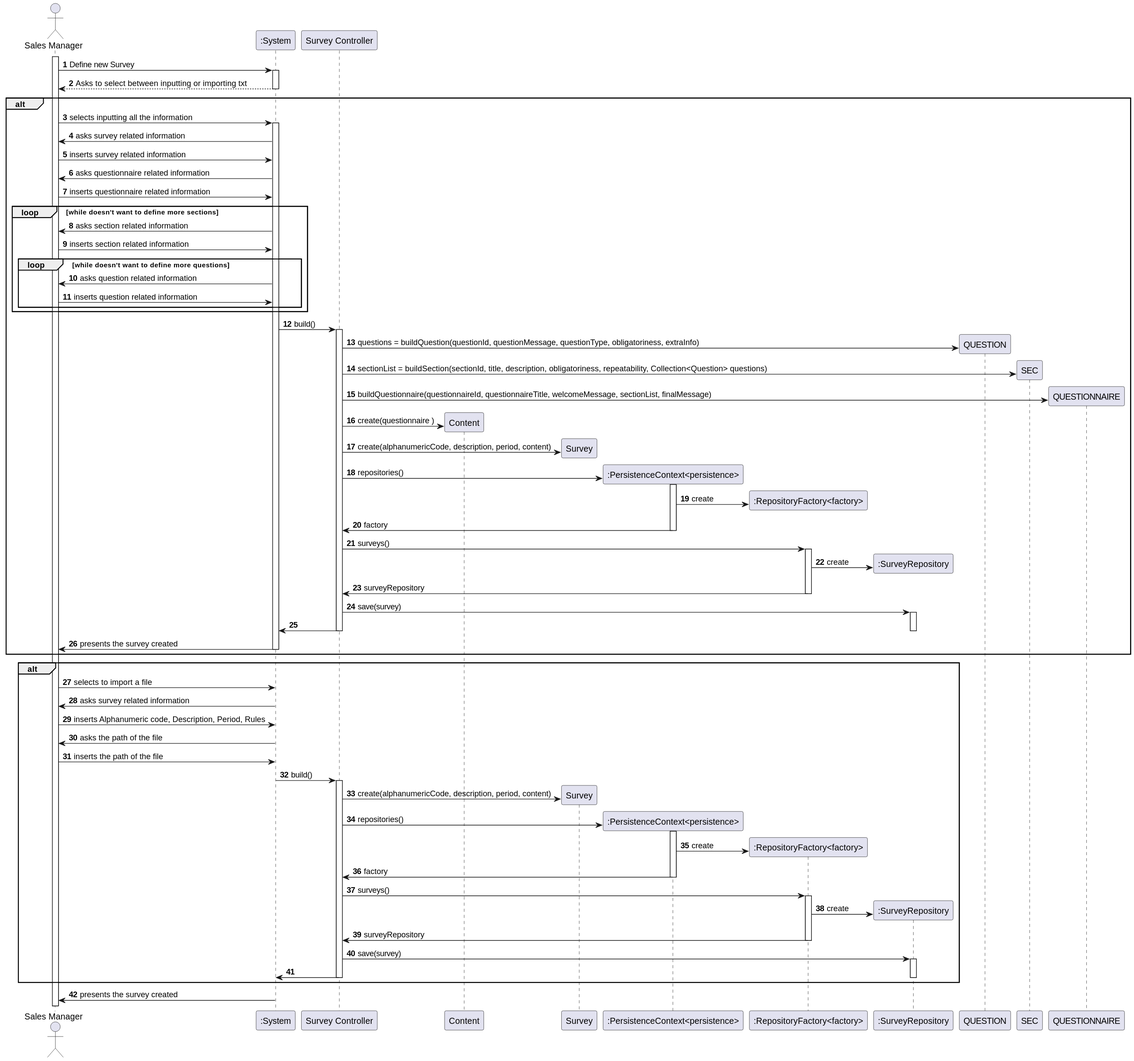
Above: docs/1201568/US3001/Diagramas/SD.svg in RuiRioPina/LAPR4-21-22 (PlantUML), before the change. Its diagram source:
```plantuml
@startuml
autonumber
actor "Sales Manager" as MEDLT
participant ":System" as SYS
participant "Survey Controller" as CTRL
participant "Content" as CONTENT
participant "Survey" as SUR
participant ":PersistenceContext<persistence>" as PC
participant ":RepositoryFactory<factory>" as RF
participant ":SurveyRepository" as CR


activate MEDLT
MEDLT-> SYS : Define new Survey

activate SYS
SYS --> MEDLT : Asks to select between inputting or importing txt

deactivate SYS

alt
MEDLT-> SYS : selects inputting all the information
activate SYS

SYS -> MEDLT : asks survey related information

MEDLT-> SYS : inserts survey related information


SYS -> MEDLT : asks questionnaire related information

MEDLT-> SYS : inserts questionnaire related information

loop while doesn't want to define more sections

SYS -> MEDLT : asks section related information

MEDLT-> SYS : inserts section related information

loop while doesn't want to define more questions
SYS -> MEDLT : asks question related information

MEDLT-> SYS : inserts question related information

end loop
end loop

SYS -> CTRL : build()
activate CTRL

CTRL -> QUESTION**: questions = buildQuestion(questionId, questionMessage, questionType, obligatoriness, extraInfo)
CTRL -> SEC**: sectionList = buildSection(sectionId, title, description, obligatoriness, repeatability, Collection<Question> questions)
CTRL -> QUESTIONNAIRE**: buildQuestionnaire(questionnaireId, questionnaireTitle, welcomeMessage, sectionList, finalMessage)


CTRL -> CONTENT**: create(questionnaire )

CTRL -> SUR**: create(alphanumericCode, description, period, content)

CTRL-> PC**: repositories()
activate PC
PC-> RF**: create
PC-> CTRL: factory
deactivate PC

CTRL-> RF: surveys()
activate RF
RF->CR**: create

RF->CTRL: surveyRepository
deactivate RF

CTRL->CR: save(survey)
activate CR

CTRL->SYS:
deactivate CR
deactivate CTRL

deactivate PC



SYS -> MEDLT : presents the survey created
deactivate SYS

end alt

alt
MEDLT-> SYS : selects to import a file

SYS -> MEDLT : asks survey related information

MEDLT-> SYS : inserts Alphanumeric code, Description, Period, Rules

SYS -> MEDLT : asks the path of the file

MEDLT-> SYS : inserts the path of the file

SYS -> CTRL : build()
activate CTRL

CTRL -> SUR**: create(alphanumericCode, description, period, content)

CTRL-> PC**: repositories()
activate PC
PC-> RF**: create
PC-> CTRL: factory
deactivate PC

CTRL-> RF: surveys()
activate RF
RF->CR**: create

RF->CTRL: surveyRepository
deactivate RF

CTRL->CR: save(survey)
activate CR

CTRL->SYS:
deactivate CR
deactivate CTRL

deactivate PC

end alt



SYS -> MEDLT : presents the survey created
deactivate SYS
@enduml
```
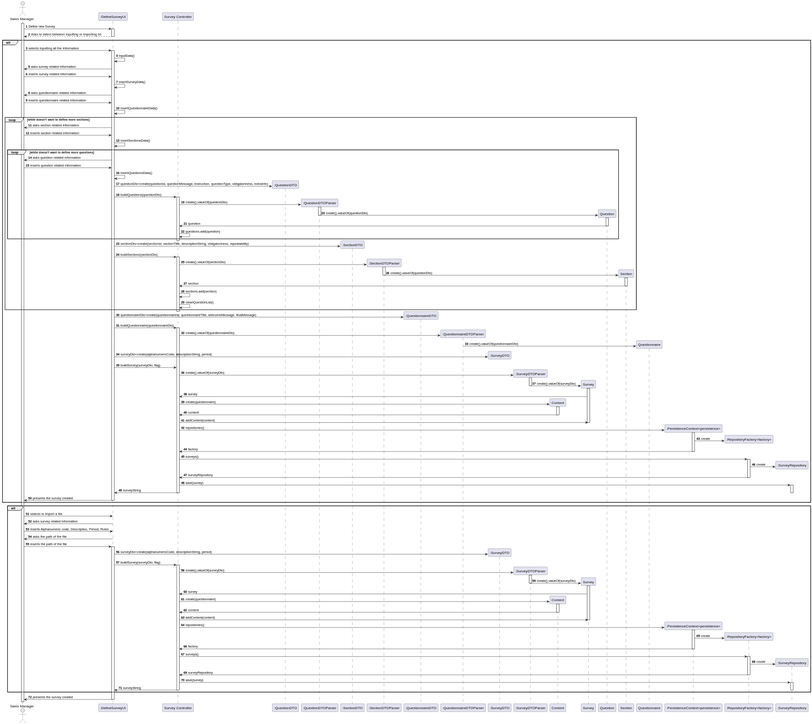
Above is the later version.

Change to the diagram source:
```diff
@@ -1,13 +1,25 @@
 @startuml
 autonumber
 actor "Sales Manager" as MEDLT
-participant ":System" as SYS
+participant ":DefineSurveyUI" as SYS
 participant "Survey Controller" as CTRL
+participant ":QuestionDTO" as QDTO
+participant ":QuestionDTOParser" as QDTOP
+participant ":SectionDTO" as SDTO
+participant ":SectionDTOParser" as SDTOP
+participant ":QuestionnaireDTO" as QTDTO
+participant ":QuestionnaireDTOParser" as QTDTOP
+participant ":SurveyDTO" as SURDTO
+participant ":SurveyDTOParser" as SURDTOP
 participant "Content" as CONTENT
 participant "Survey" as SUR
+participant "Question" as QUESTION
+participant "Section" as SECTION
+participant "Questionnaire" as QUESTIONNAIRE
 participant ":PersistenceContext<persistence>" as PC
 participant ":RepositoryFactory<factory>" as RF
 participant ":SurveyRepository" as CR
+
 
 
 activate MEDLT
@@ -22,14 +34,20 @@
 MEDLT-> SYS : selects inputting all the information
 activate SYS
 
+SYS-> SYS :inputData()
+
 SYS -> MEDLT : asks survey related information
+
 
 MEDLT-> SYS : inserts survey related information
 
+SYS-> SYS :insertSurveyData()
 
 SYS -> MEDLT : asks questionnaire related information
 
 MEDLT-> SYS : inserts questionnaire related information
+
+SYS-> SYS :insertQuestionnaireData()
 
 loop while doesn't want to define more sections
 
@@ -37,25 +55,79 @@
 
 MEDLT-> SYS : inserts section related information
 
+SYS-> SYS :insertSectionsData()
+
 loop while doesn't want to define more questions
 SYS -> MEDLT : asks question related information
 
 MEDLT-> SYS : inserts question related information
 
-end loop
-end loop
+SYS-> SYS :insertQuestionsData()
 
-SYS -> CTRL : build()
+SYS-> QDTO**: questionDto=create(questionId, questionMessage, instruction, questionType, obligatoriness, extraInfo)
+
+
+SYS-> CTRL : buildQuestions(questionDto)
 activate CTRL
 
-CTRL -> QUESTION**: questions = buildQuestion(questionId, questionMessage, questionType, obligatoriness, extraInfo)
-CTRL -> SEC**: sectionList = buildSection(sectionId, title, description, obligatoriness, repeatability, Collection<Question> questions)
-CTRL -> QUESTIONNAIRE**: buildQuestionnaire(questionnaireId, questionnaireTitle, welcomeMessage, sectionList, finalMessage)
+CTRL -> QDTOP**: create().valueOf(questionDto)
+activate QDTOP
+QDTOP-> QUESTION**: create().valueOf(questionDto)
+deactivate QDTOP
+
+activate QUESTION
+QUESTION-> CTRL: question
+deactivate QUESTION
+CTRL-> CTRL: questions.add(question)
+end loop
+deactivate CTRL
+SYS-> SDTO**: sectionDto=create(sectionId, sectionTitle, descriptionString, obligatoriness, repeatability)
+
+SYS-> CTRL : buildSections(sectionDto)
+activate CTRL
+CTRL -> SDTOP**: create().valueOf(sectionDto)
+activate SDTOP
+SDTOP-> SECTION**: create().valueOf(questionDto)
+deactivate SDTOP
+
+activate SECTION
+SECTION-> CTRL: section
+deactivate SECTION
+
+CTRL-> CTRL: sections.add(section)
+CTRL -> CTRL: cleanQuestionList()
 
 
-CTRL -> CONTENT**: create(questionnaire )
+end loop
+deactivate CTRL
 
-CTRL -> SUR**: create(alphanumericCode, description, period, content)
+SYS-> QTDTO**: questionnaireDto=create(questionnaireId, questionnaireTitle, welcomeMessage, finalMessage)
+
+SYS -> CTRL : buildQuestionnaire(questionnaireDto)
+activate CTRL
+
+
+CTRL -> QTDTOP**: create().valueOf(questionnaireDto)
+
+QTDTOP-> QUESTIONNAIRE**: create().valueOf(questionnaireDto)
+
+
+SYS-> SURDTO**: surveyDto=create(alphanumericCode, descriptionString, period)
+SYS -> CTRL : buildSurvey(surveyDto, flag)
+CTRL -> SURDTOP**: create().valueOf(surveyDto)
+activate SURDTOP
+SURDTOP-> SUR**: create().valueOf(surveyDto)
+deactivate SURDTOP
+
+activate SUR
+SUR-> CTRL: survey
+
+CTRL -> CONTENT**: create(questionnaire)
+activate CONTENT
+CONTENT -> CTRL: content
+deactivate CONTENT
+CTRL-> SUR: addContent(content)
+deactivate SUR
 
 CTRL-> PC**: repositories()
 activate PC
@@ -73,7 +145,7 @@
 CTRL->CR: save(survey)
 activate CR
 
-CTRL->SYS:
+CTRL->SYS:surveyString
 deactivate CR
 deactivate CTRL
 
@@ -97,10 +169,27 @@
 
 MEDLT-> SYS : inserts the path of the file
 
-SYS -> CTRL : build()
+activate SYS
+
+SYS-> SURDTO**: surveyDto=create(alphanumericCode, descriptionString, period)
+
+SYS -> CTRL : buildSurvey(surveyDto, flag)
 activate CTRL
 
-CTRL -> SUR**: create(alphanumericCode, description, period, content)
+CTRL -> SURDTOP**: create().valueOf(surveyDto)
+activate SURDTOP
+SURDTOP-> SUR**: create().valueOf(surveyDto)
+deactivate SURDTOP
+
+activate SUR
+SUR-> CTRL: survey
+
+CTRL -> CONTENT**: create(questionnaire)
+activate CONTENT
+CONTENT -> CTRL: content
+deactivate CONTENT
+CTRL-> SUR: addContent(content)
+deactivate SUR
 
 CTRL-> PC**: repositories()
 activate PC
@@ -118,7 +207,7 @@
 CTRL->CR: save(survey)
 activate CR
 
-CTRL->SYS:
+CTRL->SYS: surveyString
 deactivate CR
 deactivate CTRL
 
@@ -126,8 +215,7 @@
 
 end alt
 
-
-
+deactivate CTRL
 SYS -> MEDLT : presents the survey created
 deactivate SYS
 @enduml
```
